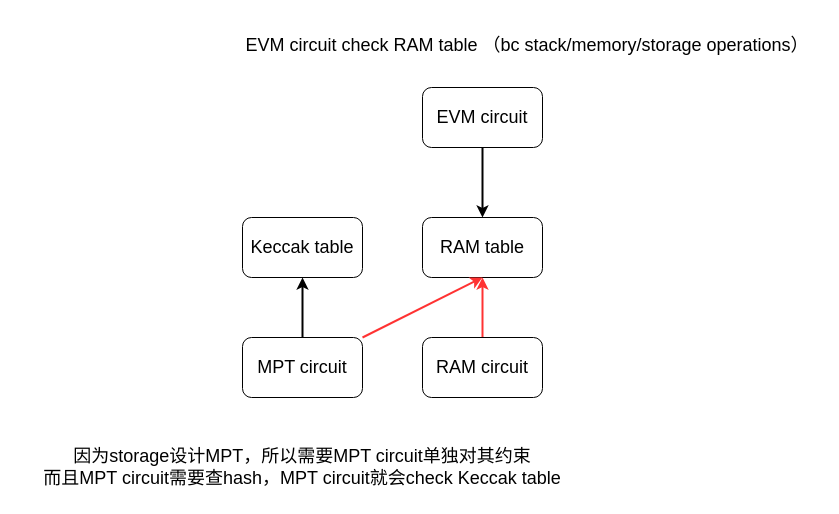
This is zkevm/RAM table && MPT circuit.drawio from 0xyicheng/a-research-diagram, a draw.io file, before an edit. Source tidied: cells renumbered, new cells numbered last; positions are measured from the earlier drawing's top-left corner, leaving out a move shared by most shapes. Both pictures are drawn from the tidied source at 100%, with x=0, y=0 at pixel (17, 17).
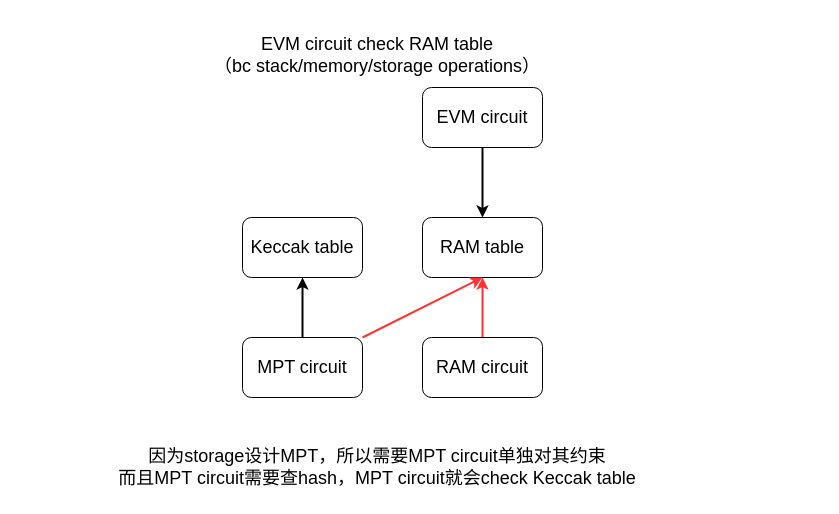
Above is the later version.

Change to the diagram source:
```diff
@@
 <mxGraphModel>
   <root>
     <mxCell id="0" />
     <mxCell id="1" parent="0" />
     <mxCell id="2" value="&lt;font style=&quot;font-size: 18px;&quot;&gt;RAM table&lt;/font&gt;" style="rounded=1;whiteSpace=wrap;html=1;" parent="1" vertex="1">
       <mxGeometry x="405" y="200" width="120" height="60" as="geometry" />
     </mxCell>
     <mxCell id="3" style="edgeStyle=orthogonalEdgeStyle;rounded=0;jettySize=auto;html=1;fontSize=18;strokeColor=default;strokeWidth=2;" parent="1" edge="1" source="4" target="5">
       <mxGeometry relative="1" as="geometry" />
     </mxCell>
     <mxCell id="4" value="&lt;font style=&quot;font-size: 18px;&quot;&gt;MPT circuit&lt;/font&gt;" style="rounded=1;whiteSpace=wrap;html=1;" parent="1" vertex="1">
       <mxGeometry x="225" y="320" width="120" height="60" as="geometry" />
     </mxCell>
     <mxCell id="5" value="&lt;font style=&quot;font-size: 18px;&quot;&gt;Keccak table&lt;/font&gt;" style="rounded=1;whiteSpace=wrap;html=1;" parent="1" vertex="1">
       <mxGeometry x="225" y="200" width="120" height="60" as="geometry" />
     </mxCell>
     <mxCell id="6" value="&lt;font style=&quot;font-size: 18px;&quot;&gt;EVM circuit&lt;/font&gt;" style="rounded=1;whiteSpace=wrap;html=1;" parent="1" vertex="1">
       <mxGeometry x="405" y="70" width="120" height="60" as="geometry" />
     </mxCell>
     <mxCell id="7" style="endArrow=classic;html=1;rounded=0;fontSize=18;exitX=0.5;exitY=1;exitDx=0;exitDy=0;entryX=0.5;entryY=0;entryDx=0;entryDy=0;strokeWidth=2;" parent="1" edge="1" source="6" target="2">
       <mxGeometry relative="1" as="geometry" />
     </mxCell>
     <mxCell id="8" style="endArrow=classic;html=1;rounded=0;fontSize=18;strokeWidth=2;strokeColor=#FF3333;exitX=1;exitY=0;exitDx=0;exitDy=0;entryX=0.5;entryY=1;entryDx=0;entryDy=0;" parent="1" edge="1" source="4" target="2">
       <mxGeometry relative="1" as="geometry" />
     </mxCell>
     <mxCell id="9" style="edgeStyle=orthogonalEdgeStyle;rounded=0;jettySize=auto;html=1;fontSize=18;strokeColor=#FF3333;strokeWidth=2;" parent="1" edge="1" source="10" target="2">
       <mxGeometry relative="1" as="geometry" />
     </mxCell>
     <mxCell id="10" value="&lt;font style=&quot;font-size: 18px;&quot;&gt;RAM circuit&lt;/font&gt;" style="rounded=1;whiteSpace=wrap;html=1;" parent="1" vertex="1">
       <mxGeometry x="405" y="320" width="120" height="60" as="geometry" />
     </mxCell>
-    <mxCell id="11" value="EVM circuit check RAM table （bc stack/memory/storage operations）" style="text;html=1;strokeColor=none;fillColor=none;align=center;verticalAlign=middle;whiteSpace=wrap;rounded=0;fontSize=18;" parent="1" vertex="1">
-      <mxGeometry x="215" width="590" height="55" as="geometry" />
+    <mxCell id="11" value="EVM circuit check RAM table &lt;br&gt;（bc stack/memory/storage operations）" style="text;html=1;strokeColor=none;fillColor=none;align=center;verticalAlign=middle;whiteSpace=wrap;rounded=0;fontSize=18;" parent="1" vertex="1">
+      <mxGeometry x="65" y="10" width="590" height="55" as="geometry" />
     </mxCell>
     <mxCell id="12" value="因为storage设计MPT，所以需要MPT circuit单独对其约束&lt;br&gt;而且MPT circuit需要查hash，MPT circuit就会check Keccak table" style="text;html=1;strokeColor=none;fillColor=none;align=center;verticalAlign=middle;whiteSpace=wrap;rounded=0;fontSize=18;" parent="1" vertex="1">
-      <mxGeometry y="420" width="570" height="60" as="geometry" />
+      <mxGeometry x="75" y="420" width="570" height="60" as="geometry" />
     </mxCell>
   </root>
 </mxGraphModel>
```
